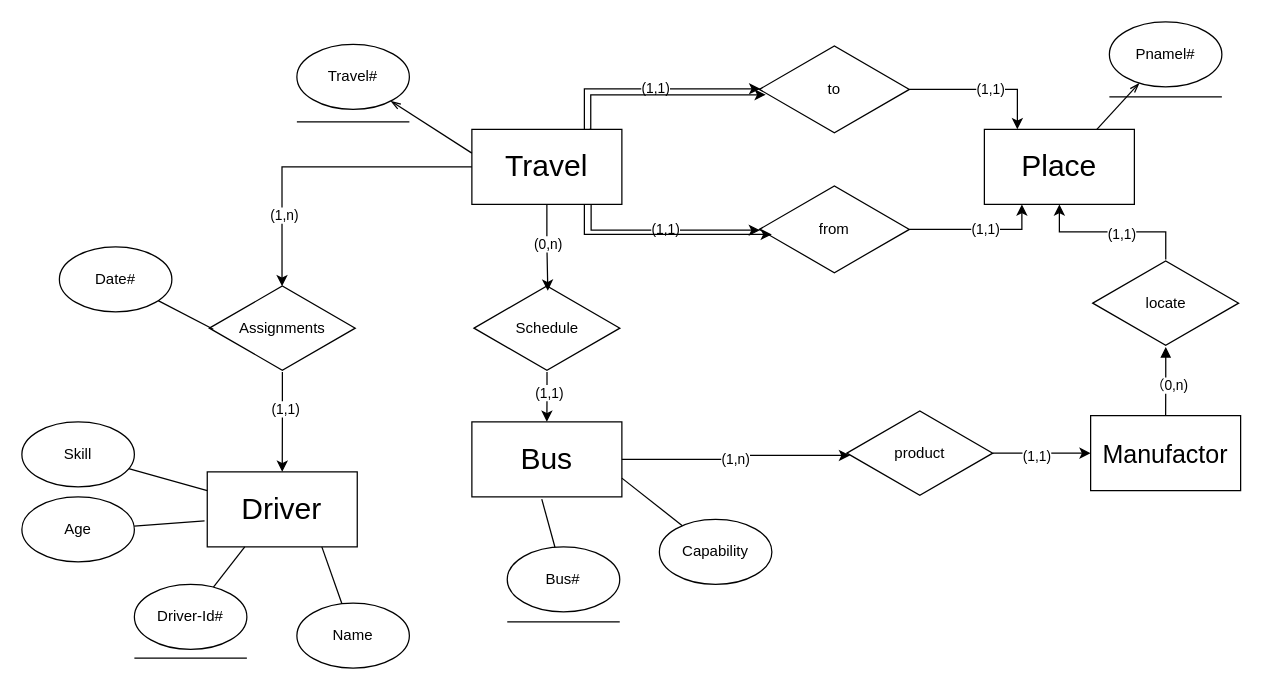
Earlier version of the draw.io diagram databasemgrCourse/assignment1.drawio (turswiming/drawio_file). Source tidied: cells renumbered, new cells numbered last; positions are measured from the earlier drawing's top-left corner, leaving out a move shared by most shapes. Both pictures are drawn from the tidied source at 125%, with x=0, y=0 at pixel (21, 21).
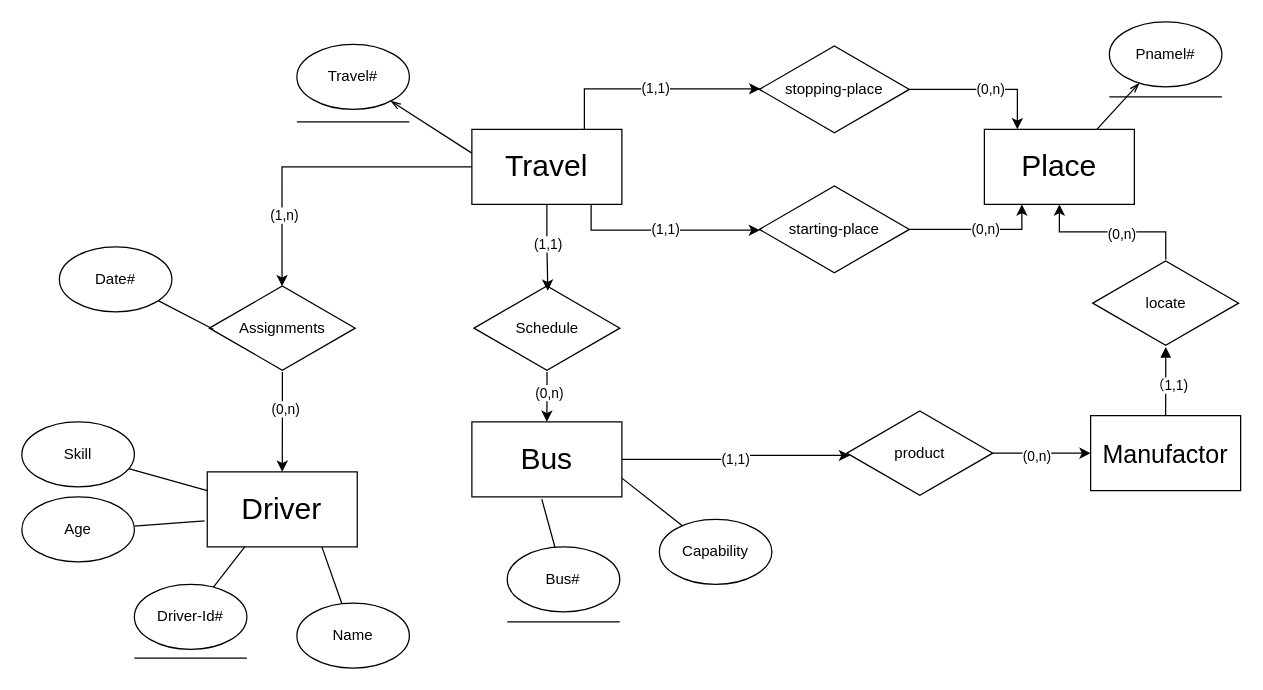
Above is the later version.

Commit message:
correct number relationship

Unchanged cells that the change refers to:
```xml
<mxCell id="3" value="&lt;font style=&quot;font-size: 24px;&quot;&gt;Travel&lt;/font&gt;" style="rounded=0;whiteSpace=wrap;html=1;" parent="1" vertex="1">
  <mxGeometry x="360" y="86" width="120" height="60" as="geometry" />
</mxCell>
<mxCell id="6" style="edgeStyle=orthogonalEdgeStyle;rounded=0;jettySize=auto;html=1;entryX=0.25;entryY=1;entryDx=0;entryDy=0;" parent="1" edge="1" source="8" target="4">
  <mxGeometry relative="1" as="geometry" />
</mxCell>
<mxCell id="12" style="edgeStyle=orthogonalEdgeStyle;rounded=0;jettySize=auto;html=1;entryX=0.22;entryY=-0.001;entryDx=0;entryDy=0;entryPerimeter=0;" parent="1" edge="1" source="14" target="4">
  <mxGeometry relative="1" as="geometry" />
</mxCell>
<mxCell id="24" style="edgeStyle=orthogonalEdgeStyle;rounded=0;jettySize=auto;html=1;entryX=0.5;entryY=0;entryDx=0;entryDy=0;" parent="1" edge="1" source="26" target="5">
  <mxGeometry relative="1" as="geometry" />
</mxCell>
<mxCell id="27" style="edgeStyle=orthogonalEdgeStyle;rounded=0;jettySize=auto;html=1;entryX=0.5;entryY=0;entryDx=0;entryDy=0;" parent="1" edge="1" source="29" target="2">
  <mxGeometry relative="1" as="geometry" />
</mxCell>
<mxCell id="30" style="edgeStyle=orthogonalEdgeStyle;rounded=0;jettySize=auto;html=1;entryX=0.506;entryY=0.073;entryDx=0;entryDy=0;entryPerimeter=0;" parent="1" edge="1" source="3" target="29">
  <mxGeometry relative="1" as="geometry" />
</mxCell>
<mxCell id="40" style="edgeStyle=orthogonalEdgeStyle;rounded=0;jettySize=auto;html=1;" parent="1" edge="1" source="42" target="55">
  <mxGeometry relative="1" as="geometry" />
</mxCell>
<mxCell id="53" style="edgeStyle=orthogonalEdgeStyle;rounded=0;jettySize=auto;html=1;entryX=0.022;entryY=0.526;entryDx=0;entryDy=0;entryPerimeter=0;" parent="1" edge="1" source="2" target="42">
  <mxGeometry relative="1" as="geometry" />
</mxCell>
<mxCell id="56" style="edgeStyle=orthogonalEdgeStyle;rounded=0;jettySize=auto;html=1;entryX=0.5;entryY=0;entryDx=0;entryDy=0;endArrow=none;endFill=0;startArrow=block;startFill=1;" parent="1" edge="1" source="60" target="55">
  <mxGeometry relative="1" as="geometry" />
</mxCell>
<mxCell id="58" style="edgeStyle=orthogonalEdgeStyle;rounded=0;jettySize=auto;html=1;entryX=0.5;entryY=1;entryDx=0;entryDy=0;" parent="1" edge="1" source="60" target="4">
  <mxGeometry relative="1" as="geometry" />
</mxCell>
```

Change to the diagram source:
```diff
@@
-    <mxCell id="7" value="(1,1)" style="edgeLabel;html=1;align=center;verticalAlign=middle;" parent="6" vertex="1">
+    <mxCell id="7" value="(0,n)" style="edgeLabel;html=1;align=center;verticalAlign=middle;" parent="6" vertex="1">
       <mxGeometry x="0.09" y="1" relative="1" as="geometry" />
     </mxCell>
-    <mxCell id="8" value="from" style="html=1;whiteSpace=wrap;shape=isoRectangle;" parent="1" vertex="1">
+    <mxCell id="8" value="starting-place" style="html=1;whiteSpace=wrap;shape=isoRectangle;" parent="1" vertex="1">
       <mxGeometry x="590" y="130" width="120" height="72" as="geometry" />
     </mxCell>
@@
-    <mxCell id="11" style="edgeStyle=orthogonalEdgeStyle;rounded=0;jettySize=auto;html=1;entryX=0.083;entryY=0.556;entryDx=0;entryDy=0;entryPerimeter=0;exitX=0.75;exitY=1;exitDx=0;exitDy=0;" parent="1" edge="1" source="3" target="8">
-      <mxGeometry relative="1" as="geometry">
-        <Array as="points">
-          <mxPoint x="450" y="170" />
-        </Array>
-      </mxGeometry>
-    </mxCell>
@@
-    <mxCell id="13" value="(1,1)" style="edgeLabel;html=1;align=center;verticalAlign=middle;" parent="12" vertex="1">
+    <mxCell id="13" value="(0,n)" style="edgeLabel;html=1;align=center;verticalAlign=middle;" parent="12" vertex="1">
       <mxGeometry x="0.09" y="1" relative="1" as="geometry" />
     </mxCell>
-    <mxCell id="14" value="to" style="html=1;whiteSpace=wrap;shape=isoRectangle;" parent="1" vertex="1">
+    <mxCell id="14" value="stopping-place" style="html=1;whiteSpace=wrap;shape=isoRectangle;" parent="1" vertex="1">
       <mxGeometry x="590" y="18" width="120" height="72" as="geometry" />
     </mxCell>
@@
-    <mxCell id="17" style="edgeStyle=orthogonalEdgeStyle;rounded=0;orthogonalLoop=1;jettySize=auto;html=1;entryX=0.083;entryY=0.556;entryDx=0;entryDy=0;entryPerimeter=0;exitX=0.824;exitY=-0.005;exitDx=0;exitDy=0;exitPerimeter=0;" parent="1" edge="1">
-      <mxGeometry relative="1" as="geometry">
-        <mxPoint x="454" y="86" as="sourcePoint" />
-        <mxPoint x="595.1" y="58.3" as="targetPoint" />
-        <Array as="points">
-          <mxPoint x="455.1" y="86.3" />
-          <mxPoint x="455.1" y="58.3" />
-        </Array>
-      </mxGeometry>
-    </mxCell>
@@
-    <mxCell id="25" value="(1,1)" style="edgeLabel;html=1;align=center;verticalAlign=middle;" parent="24" vertex="1">
+    <mxCell id="25" value="(0,n)" style="edgeLabel;html=1;align=center;verticalAlign=middle;" parent="24" vertex="1">
       <mxGeometry x="-0.28" y="2" relative="1" as="geometry" />
     </mxCell>
@@
-    <mxCell id="28" value="(1,1)" style="edgeLabel;html=1;align=center;verticalAlign=middle;" parent="27" vertex="1">
+    <mxCell id="28" value="(0,n)" style="edgeLabel;html=1;align=center;verticalAlign=middle;" parent="27" vertex="1">
       <mxGeometry x="-0.2" y="1" relative="1" as="geometry" />
     </mxCell>
@@
-    <mxCell id="31" value="(0,n)" style="edgeLabel;html=1;align=center;verticalAlign=middle;" parent="30" vertex="1">
+    <mxCell id="31" value="(1,1)" style="edgeLabel;html=1;align=center;verticalAlign=middle;" parent="30" vertex="1">
       <mxGeometry x="-0.1" relative="1" as="geometry" />
     </mxCell>
@@
-    <mxCell id="41" value="(1,1)" style="edgeLabel;html=1;align=center;verticalAlign=middle;" parent="40" vertex="1">
+    <mxCell id="41" value="(0,n)" style="edgeLabel;html=1;align=center;verticalAlign=middle;" parent="40" vertex="1">
       <mxGeometry x="-0.1" y="-2" relative="1" as="geometry" />
     </mxCell>
@@
-    <mxCell id="54" value="(1,n)" style="edgeLabel;html=1;align=center;verticalAlign=middle;" parent="53" vertex="1">
+    <mxCell id="54" value="(1,1)" style="edgeLabel;html=1;align=center;verticalAlign=middle;" parent="53" vertex="1">
       <mxGeometry x="0.01" y="-3" relative="1" as="geometry" />
     </mxCell>
@@
-    <mxCell id="57" value="（0,n)" style="edgeLabel;html=1;align=center;verticalAlign=middle;" parent="56" vertex="1">
+    <mxCell id="57" value="（1,1)" style="edgeLabel;html=1;align=center;verticalAlign=middle;" parent="56" vertex="1">
       <mxGeometry x="0.13" y="2" relative="1" as="geometry" />
     </mxCell>
@@
-    <mxCell id="59" value="(1,1)" style="edgeLabel;html=1;align=center;verticalAlign=middle;" parent="58" vertex="1">
+    <mxCell id="59" value="(0,n)" style="edgeLabel;html=1;align=center;verticalAlign=middle;" parent="58" vertex="1">
       <mxGeometry x="-0.1" y="1" relative="1" as="geometry" />
     </mxCell>
```
